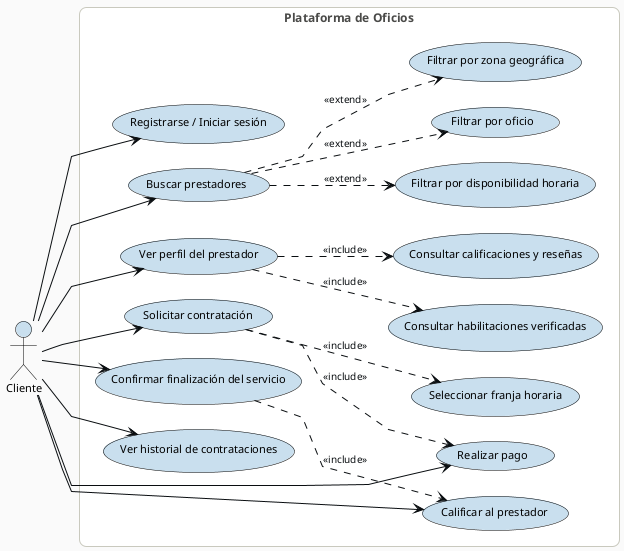
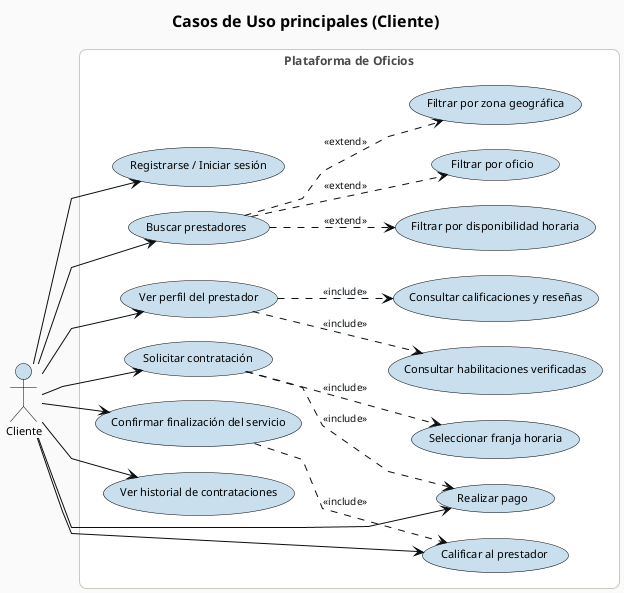
@startuml
- 
+ title Casos de Uso principales (Cliente)
left to right direction
- skinparam linetype polyline

' === Modern soft theme ===
skinparam backgroundColor #FAFAFA
skinparam defaultFontName Helvetica
skinparam defaultFontSize 11
skinparam titleFontSize 16
skinparam titleFontStyle bold
skinparam shadowing false
skinparam roundCorner 14
skinparam nodesep 25
skinparam ranksep 40
skinparam linetype polyline

skinparam usecase {
    BackgroundColor       #C9DFEE
    BorderColor           #000000
    FontColor             #000000
    FontName              Helvetica
    FontSize              11
}

skinparam actor {
    BackgroundColor       #C9DFEE
    BorderColor           #000000
    FontColor             #000000
    FontName              Helvetica
    FontSize              11
}

skinparam rectangle {
    BackgroundColor #FFFFFF
    BorderColor     #C9C9BE
    FontColor       #4A4A48
    FontStyle       bold
    FontSize        12
}

skinparam arrow {
    Color     #090D10
    FontColor #090D10
    FontSize  10
    Thickness 1
}

skinparam note {
    BackgroundColor #FFF8E1
    BorderColor     #C9B05E
    FontColor       #3A2E0A
}

actor "Cliente" as cliente

rectangle "Plataforma de Oficios" {

  usecase "Registrarse / Iniciar sesión" as iniciarSesion
  usecase "Buscar prestadores" as buscarPrestadores
  usecase "Filtrar por oficio" as filtrarPorOficio
  usecase "Filtrar por zona geográfica" as filtrarPorZona
  usecase "Filtrar por disponibilidad horaria" as filtrarPorDisponibilidad

  usecase "Ver perfil del prestador" as verPerfilPrestador
  usecase "Consultar habilitaciones verificadas" as consultarHabilitaciones
  usecase "Consultar calificaciones y reseñas" as consultarResenas

  usecase "Solicitar contratación" as solicitarContratacion
  usecase "Seleccionar franja horaria" as seleccionarFranjaHoraria
  usecase "Realizar pago" as realizarPago

  usecase "Confirmar finalización del servicio" as confirmarFinalizacionServicio
  usecase "Calificar al prestador" as calificarPrestador

  usecase "Ver historial de contrataciones" as verHistorialContrataciones
}

cliente --> iniciarSesion
cliente --> buscarPrestadores
cliente --> verPerfilPrestador
cliente --> solicitarContratacion
cliente --> realizarPago
cliente --> confirmarFinalizacionServicio
cliente --> calificarPrestador
cliente --> verHistorialContrataciones

buscarPrestadores ..> filtrarPorOficio : <<extend>>
buscarPrestadores ..> filtrarPorZona : <<extend>>
buscarPrestadores ..> filtrarPorDisponibilidad : <<extend>>

verPerfilPrestador ..> consultarHabilitaciones : <<include>>
verPerfilPrestador ..> consultarResenas : <<include>>

solicitarContratacion ..> seleccionarFranjaHoraria : <<include>>
solicitarContratacion ..> realizarPago : <<include>>

confirmarFinalizacionServicio ..> calificarPrestador : <<include>>

@enduml